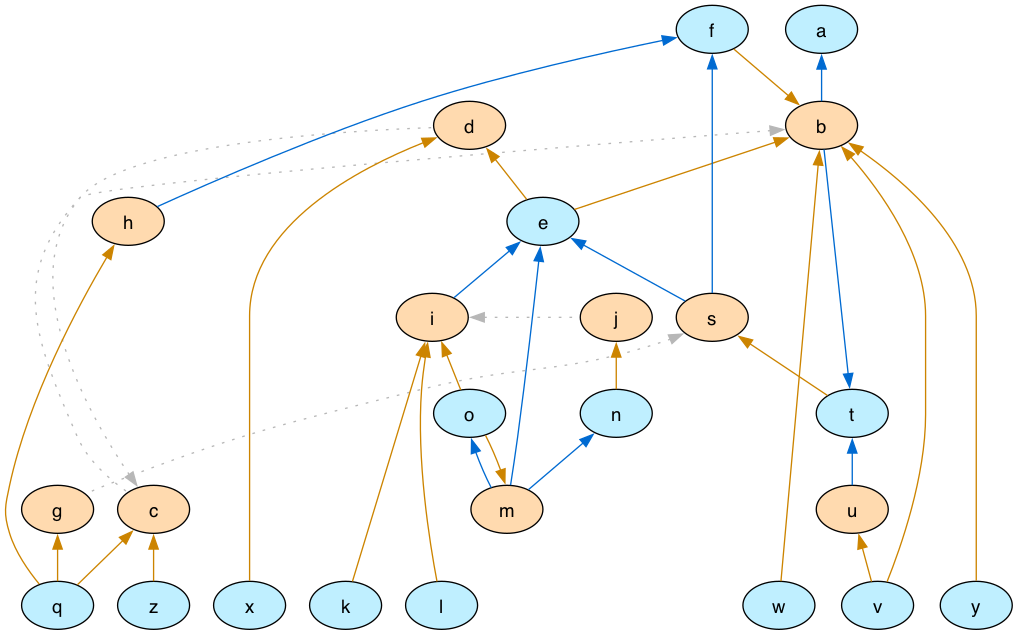
Before: IDCC-2024/graphs/arg_pw2_graph_colored.png, a diagram exported from Graphviz (idaks/Games-and-Argumentation). Its source is kept beside it as IDCC-2024/graphs/arg_pw2_graph_colored.dot.
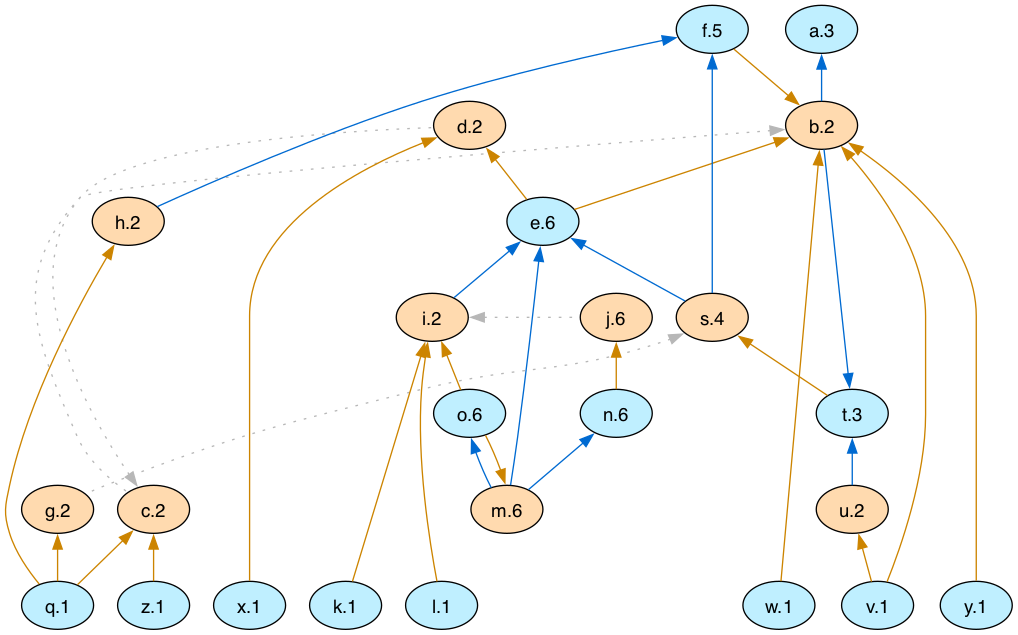
After the change.

What changed in the source:
```diff
@@ -1,8 +1,32 @@
 digraph G {
   rankdir="TB"
   node [shape=oval style=filled fontname=Helvetica fontsize=14]
-  node [fillcolor="#ffdaaf" fontcolor="#000000"] b c d s g h i j m u
-  node [fillcolor="#bfefff" fontcolor="#000000"] a t e f k l o n q v w x y z
+  node [fillcolor="#ffdaaf" fontcolor="#000000"]
+       b[label="b.2"]
+       c[label="c.2"]
+       d[label="d.2"]
+       s[label="s.4"]
+       g[label="g.2"]
+       h[label="h.2"]
+       i[label="i.2"]
+       j[label="j.6"]
+       m[label="m.6"]
+       u[label="u.2"]
+  node [fillcolor="#bfefff" fontcolor="#000000"]
+       a[label="a.3"]
+       t[label="t.3"]
+       e[label="e.6"]
+       f[label="f.5"]
+       k[label="k.1"]
+       l[label="l.1"]
+       o[label="o.6"]
+       n[label="n.6"]
+       q[label="q.1"]
+       v[label="v.1"]
+       w[label="w.1"]
+       x[label="x.1"]
+       y[label="y.1"]
+       z[label="z.1"]
   edge [dir=back color="#006ad1" style="solid"]
         "a" -> "b"
         "t" -> "b"
```
